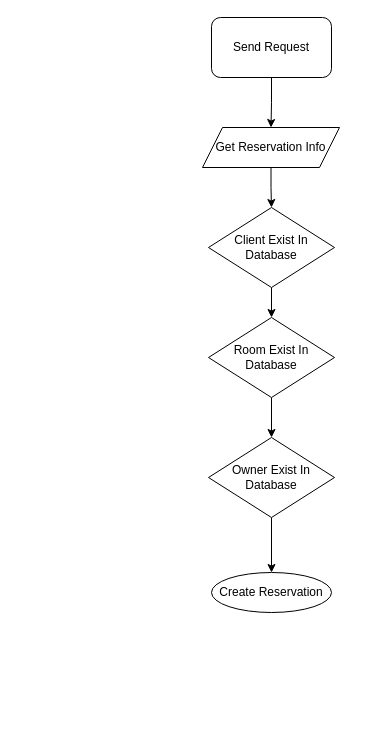
Before: prodDocs/Algoritme/Admin/SendReservationRequest.drawio in Conchero/ecf-back, a draw.io diagram. Source tidied: cells renumbered, new cells numbered last; positions are measured from the earlier drawing's top-left corner, leaving out a move shared by most shapes. Both pictures are drawn from the tidied source at 100%, with x=0, y=0 at pixel (202, 17).
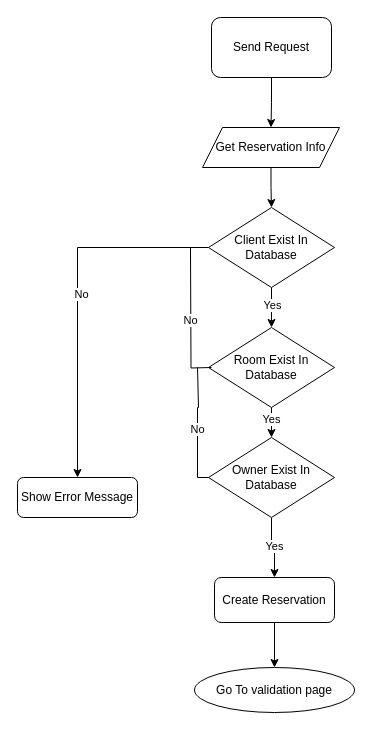
The same diagram, later.

Commit message:
Mettre à jour SendReservationRequest.drawio

Unchanged cells that the change refers to:
```xml
<mxCell id="7" style="edgeStyle=orthogonalEdgeStyle;rounded=0;jettySize=auto;html=1;" parent="1" edge="1" source="8" target="10">
  <mxGeometry relative="1" as="geometry" />
</mxCell>
<mxCell id="8" value="Client Exist In Database" style="rhombus;whiteSpace=wrap;html=1;" parent="1" vertex="1">
  <mxGeometry x="6" y="190" width="126" height="80" as="geometry" />
</mxCell>
<mxCell id="9" style="edgeStyle=orthogonalEdgeStyle;rounded=0;jettySize=auto;html=1;" parent="1" edge="1" source="10" target="12">
  <mxGeometry relative="1" as="geometry" />
</mxCell>
<mxCell id="11" style="edgeStyle=orthogonalEdgeStyle;rounded=0;jettySize=auto;html=1;entryX=0.5;entryY=0;entryDx=0;entryDy=0;" parent="1" edge="1" source="12" target="6">
  <mxGeometry relative="1" as="geometry" />
</mxCell>
<mxCell id="12" value="Owner Exist In Database" style="rhombus;whiteSpace=wrap;html=1;" parent="1" vertex="1">
  <mxGeometry x="6" y="420" width="126" height="80" as="geometry" />
</mxCell>
```

Diff of the diagram source:
```diff
@@
-    <mxCell id="6" value="Create Reservation" style="ellipse;whiteSpace=wrap;html=1;" parent="1" vertex="1">
-      <mxGeometry x="9" y="555" width="120" height="40" as="geometry" />
-    </mxCell>
@@
+    <mxCell id="13" value="Yes" style="edgeLabel;html=1;align=center;verticalAlign=middle;" parent="7" vertex="1">
+      <mxGeometry x="-0.17" relative="1" as="geometry" />
+    </mxCell>
+    <mxCell id="14" style="edgeStyle=orthogonalEdgeStyle;rounded=0;jettySize=auto;html=1;exitX=0;exitY=0.5;exitDx=0;exitDy=0;" parent="1" edge="1" source="8" target="22">
+      <mxGeometry relative="1" as="geometry" />
+    </mxCell>
+    <mxCell id="15" value="No" style="edgeLabel;html=1;align=center;verticalAlign=middle;" parent="14" vertex="1">
+      <mxGeometry x="-0.02" y="2" relative="1" as="geometry">
+        <mxPoint x="1" as="offset" />
+      </mxGeometry>
+    </mxCell>
@@
+    <mxCell id="16" value="Yes" style="edgeLabel;html=1;align=center;verticalAlign=middle;" parent="9" vertex="1">
+      <mxGeometry x="0.15" y="1" relative="1" as="geometry" />
+    </mxCell>
     <mxCell id="10" value="Room Exist In Database" style="rhombus;whiteSpace=wrap;html=1;" parent="1" vertex="1">
-      <mxGeometry x="6" y="300" width="126" height="80" as="geometry" />
+      <mxGeometry x="6" y="310" width="126" height="80" as="geometry" />
     </mxCell>
@@
+    <mxCell id="17" value="Yes" style="edgeLabel;html=1;align=center;verticalAlign=middle;" parent="11" vertex="1">
+      <mxGeometry x="-0.12" y="2" relative="1" as="geometry" />
+    </mxCell>
@@
+    <mxCell id="18" style="edgeStyle=orthogonalEdgeStyle;rounded=0;orthogonalLoop=1;jettySize=auto;html=1;exitX=0;exitY=0.5;exitDx=0;exitDy=0;endArrow=none;startFill=0;" parent="1" edge="1">
+      <mxGeometry relative="1" as="geometry">
+        <mxPoint x="9" y="350" as="sourcePoint" />
+        <mxPoint x="-12" y="230" as="targetPoint" />
+      </mxGeometry>
+    </mxCell>
+    <mxCell id="19" value="No" style="edgeLabel;html=1;align=center;verticalAlign=middle;" parent="18" vertex="1">
+      <mxGeometry x="-0.02" y="2" relative="1" as="geometry">
+        <mxPoint x="1" as="offset" />
+      </mxGeometry>
+    </mxCell>
+    <mxCell id="20" style="edgeStyle=orthogonalEdgeStyle;rounded=0;jettySize=auto;html=1;exitX=0;exitY=0.5;exitDx=0;exitDy=0;endArrow=none;startFill=0;" parent="1" edge="1" source="12">
+      <mxGeometry relative="1" as="geometry">
+        <mxPoint x="-5" y="350" as="targetPoint" />
+        <Array as="points">
+          <mxPoint x="-5" y="460" />
+          <mxPoint x="-5" y="390" />
+          <mxPoint x="-4" y="390" />
+          <mxPoint x="-4" y="350" />
+        </Array>
+      </mxGeometry>
+    </mxCell>
+    <mxCell id="21" value="No" style="edgeLabel;html=1;align=center;verticalAlign=middle;" parent="20" vertex="1">
+      <mxGeometry x="-0.02" y="2" relative="1" as="geometry">
+        <mxPoint x="1" as="offset" />
+      </mxGeometry>
+    </mxCell>
+    <mxCell id="22" value="Show Error Message" style="rounded=1;whiteSpace=wrap;html=1;" parent="1" vertex="1">
+      <mxGeometry x="-185" y="460" width="120" height="40" as="geometry" />
+    </mxCell>
+    <mxCell id="23" style="edgeStyle=orthogonalEdgeStyle;rounded=0;jettySize=auto;html=1;" parent="1" edge="1" source="6" target="24">
+      <mxGeometry relative="1" as="geometry" />
+    </mxCell>
+    <mxCell id="6" value="Create Reservation" style="rounded=1;whiteSpace=wrap;html=1;" parent="1" vertex="1">
+      <mxGeometry x="12" y="560" width="120" height="45" as="geometry" />
+    </mxCell>
+    <mxCell id="24" value="Go To validation page" style="ellipse;whiteSpace=wrap;html=1;" parent="1" vertex="1">
+      <mxGeometry x="-8" y="650" width="160" height="45" as="geometry" />
+    </mxCell>
```
